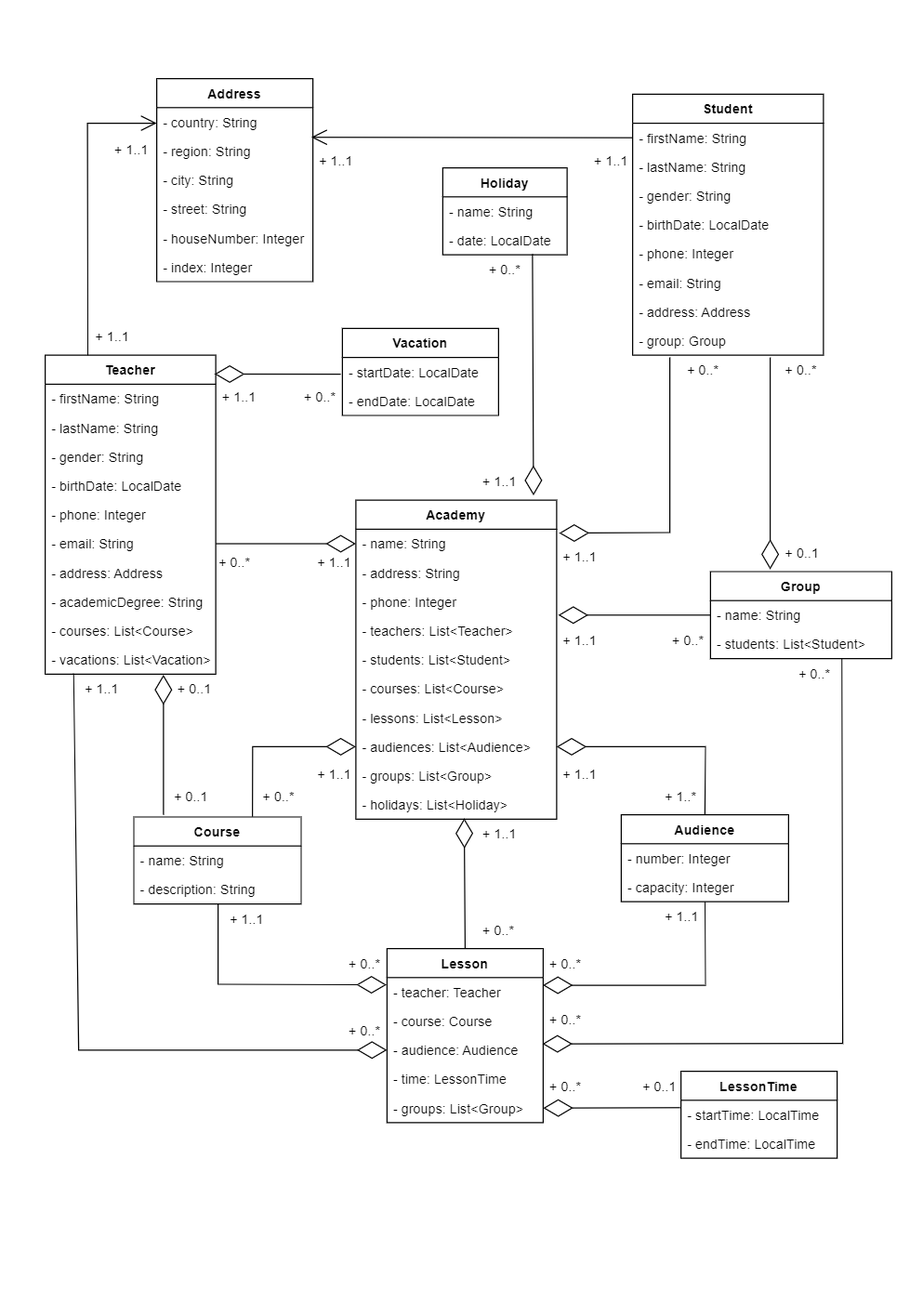
The draw.io diagram src/main/resources/academy.png in Ruslan-Tymoshchuk/Academy, before a commit. Source tidied: cells renumbered, new cells last; positions are measured from the earlier drawing's top-left corner, leaving out a move shared by most shapes.
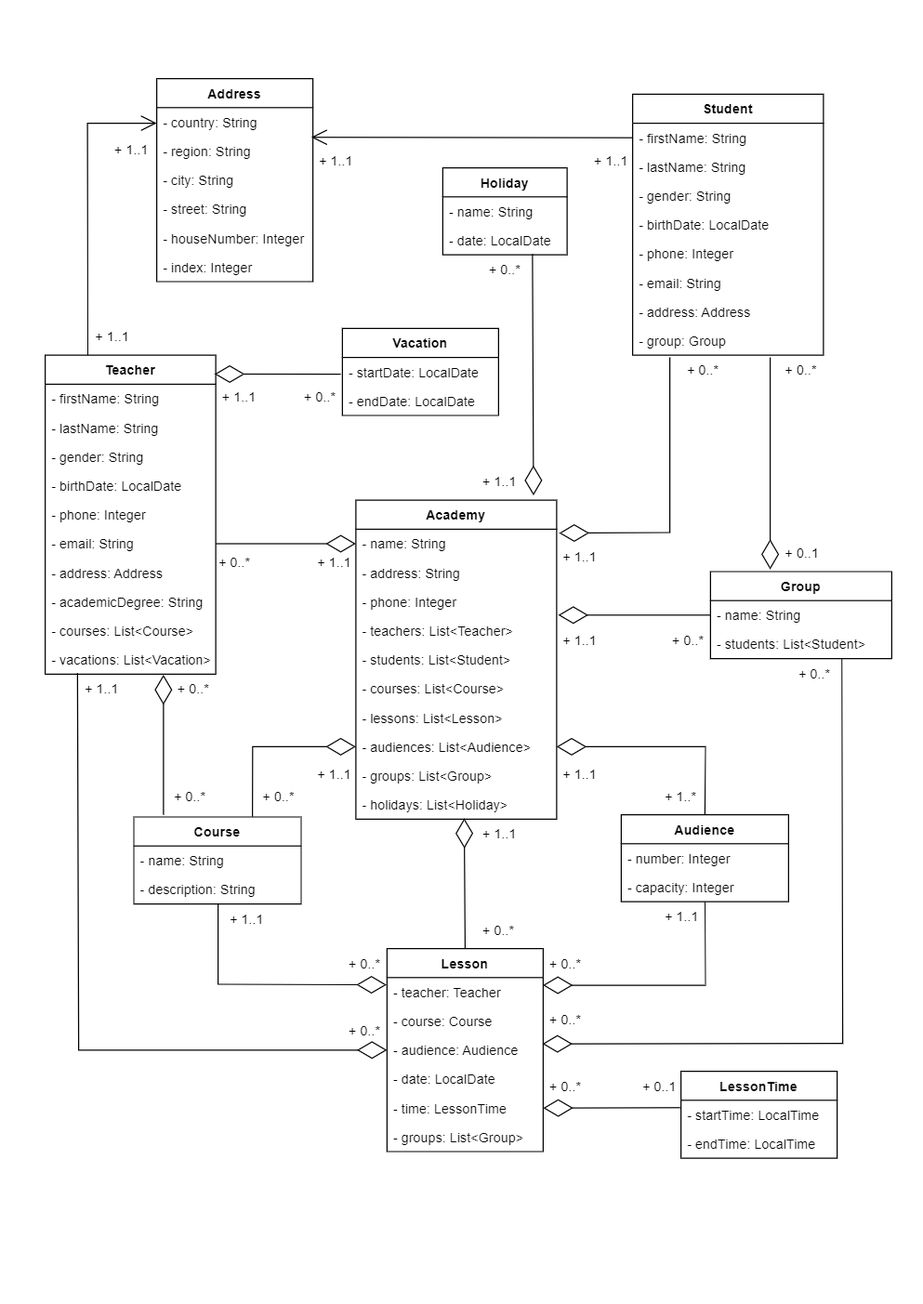
The same file after the commit.

Commit message:
updated UML-diagram

The edit, as a diff of the source:
```diff
@@ -153,7 +153,7 @@
       <mxGeometry x="240" y="60" width="40" height="30" as="geometry" />
     </mxCell>
     <mxCell id="48" value="Lesson" style="swimlane;fontStyle=1;horizontal=1;startSize=26;fillColor=none;" parent="1" vertex="1">
-      <mxGeometry x="306.5" y="780" width="140" height="156" as="geometry" />
+      <mxGeometry x="306.5" y="780" width="140" height="182" as="geometry" />
     </mxCell>
     <mxCell id="49" value="- teacher: Teacher" style="text;strokeColor=none;fillColor=none;align=left;verticalAlign=top;spacingLeft=4;spacingRight=4;overflow=hidden;" parent="48" vertex="1">
       <mxGeometry y="26" width="140" height="26" as="geometry" />
@@ -164,11 +164,14 @@
     <mxCell id="51" value="- audience: Audience" style="text;strokeColor=none;fillColor=none;align=left;verticalAlign=top;spacingLeft=4;spacingRight=4;overflow=hidden;points=[[0,0.5],[1,0.5]];portConstraint=eastwest;fontStyle=0;" parent="48" vertex="1">
       <mxGeometry y="78" width="140" height="26" as="geometry" />
     </mxCell>
+    <mxCell id="115" value="- date: LocalDate" style="text;strokeColor=none;fillColor=none;align=left;verticalAlign=top;spacingLeft=4;spacingRight=4;overflow=hidden;fontStyle=0;" parent="48" vertex="1">
+      <mxGeometry y="104" width="140" height="26" as="geometry" />
+    </mxCell>
     <mxCell id="52" value="- time: LessonTime" style="text;strokeColor=none;fillColor=none;align=left;verticalAlign=top;spacingLeft=4;spacingRight=4;overflow=hidden;points=[[0,0.5],[1,0.5]];portConstraint=eastwest;fontStyle=0;" parent="48" vertex="1">
-      <mxGeometry y="104" width="140" height="26" as="geometry" />
+      <mxGeometry y="130" width="140" height="26" as="geometry" />
     </mxCell>
     <mxCell id="53" value="- groups: List&lt;Group&gt;" style="text;strokeColor=none;fillColor=none;align=left;verticalAlign=top;spacingLeft=4;spacingRight=4;overflow=hidden;points=[[0,0.5],[1,0.5]];portConstraint=eastwest;fontStyle=0;" parent="48" vertex="1">
-      <mxGeometry y="130" width="140" height="26" as="geometry" />
+      <mxGeometry y="156" width="140" height="26" as="geometry" />
     </mxCell>
     <mxCell id="54" style="endArrow=diamondThin;endFill=0;endSize=24;html=1;rounded=0;entryX=-0.008;entryY=1.095;entryDx=0;entryDy=0;entryPerimeter=0;" parent="1" edge="1" source="41" target="70">
       <mxGeometry relative="1" as="geometry">
@@ -177,7 +180,7 @@
         </Array>
       </mxGeometry>
     </mxCell>
-    <mxCell id="55" style="endArrow=diamondThin;endFill=0;endSize=24;html=1;rounded=0;exitX=0.167;exitY=0.98;exitDx=0;exitDy=0;exitPerimeter=0;entryX=0;entryY=0.5;entryDx=0;entryDy=0;" parent="1" edge="1" source="21" target="51">
+    <mxCell id="55" style="endArrow=diamondThin;endFill=0;endSize=24;html=1;rounded=0;exitX=0.189;exitY=0.967;exitDx=0;exitDy=0;exitPerimeter=0;entryX=0;entryY=0.5;entryDx=0;entryDy=0;" parent="1" edge="1" source="21" target="51">
       <mxGeometry relative="1" as="geometry">
         <Array as="points">
           <mxPoint x="30" y="871" />
@@ -328,10 +331,10 @@
         </Array>
       </mxGeometry>
     </mxCell>
-    <mxCell id="96" value="+ 0..1" style="text;strokeColor=none;fillColor=none;spacingLeft=4;spacingRight=4;overflow=hidden;fontSize=12;" parent="1" vertex="1">
+    <mxCell id="96" value="+ 0..*" style="text;strokeColor=none;fillColor=none;spacingLeft=4;spacingRight=4;overflow=hidden;fontSize=12;" parent="1" vertex="1">
       <mxGeometry x="110" y="630" width="40" height="30" as="geometry" />
     </mxCell>
-    <mxCell id="97" value="+ 0..1" style="text;strokeColor=none;fillColor=none;spacingLeft=4;spacingRight=4;overflow=hidden;fontSize=12;" parent="1" vertex="1">
+    <mxCell id="97" value="+ 0..*" style="text;strokeColor=none;fillColor=none;spacingLeft=4;spacingRight=4;overflow=hidden;fontSize=12;" parent="1" vertex="1">
       <mxGeometry x="113" y="534" width="40" height="30" as="geometry" />
     </mxCell>
     <mxCell id="98" value="+ 0..*" style="text;strokeColor=none;fillColor=none;spacingLeft=4;spacingRight=4;overflow=hidden;fontSize=12;" parent="1" vertex="1">
@@ -378,7 +381,7 @@
     <mxCell id="111" value="- endTime: LocalTime" style="text;strokeColor=none;fillColor=none;align=left;verticalAlign=top;spacingLeft=4;spacingRight=4;overflow=hidden;fontStyle=0;" parent="109" vertex="1">
       <mxGeometry y="52" width="140" height="26" as="geometry" />
     </mxCell>
-    <mxCell id="112" style="endArrow=diamondThin;endFill=0;endSize=24;html=1;rounded=0;exitX=-0.005;exitY=0.255;exitDx=0;exitDy=0;exitPerimeter=0;entryX=1;entryY=0.5;entryDx=0;entryDy=0;" parent="1" edge="1" source="110" target="53">
+    <mxCell id="112" style="endArrow=diamondThin;endFill=0;endSize=24;html=1;rounded=0;exitX=-0.005;exitY=0.255;exitDx=0;exitDy=0;exitPerimeter=0;entryX=1;entryY=0.5;entryDx=0;entryDy=0;" parent="1" edge="1" source="110" target="52">
       <mxGeometry relative="1" as="geometry" />
     </mxCell>
     <mxCell id="113" value="+ 0..*" style="text;strokeColor=none;fillColor=none;spacingLeft=4;spacingRight=4;overflow=hidden;fontSize=12;" parent="1" vertex="1">
```
